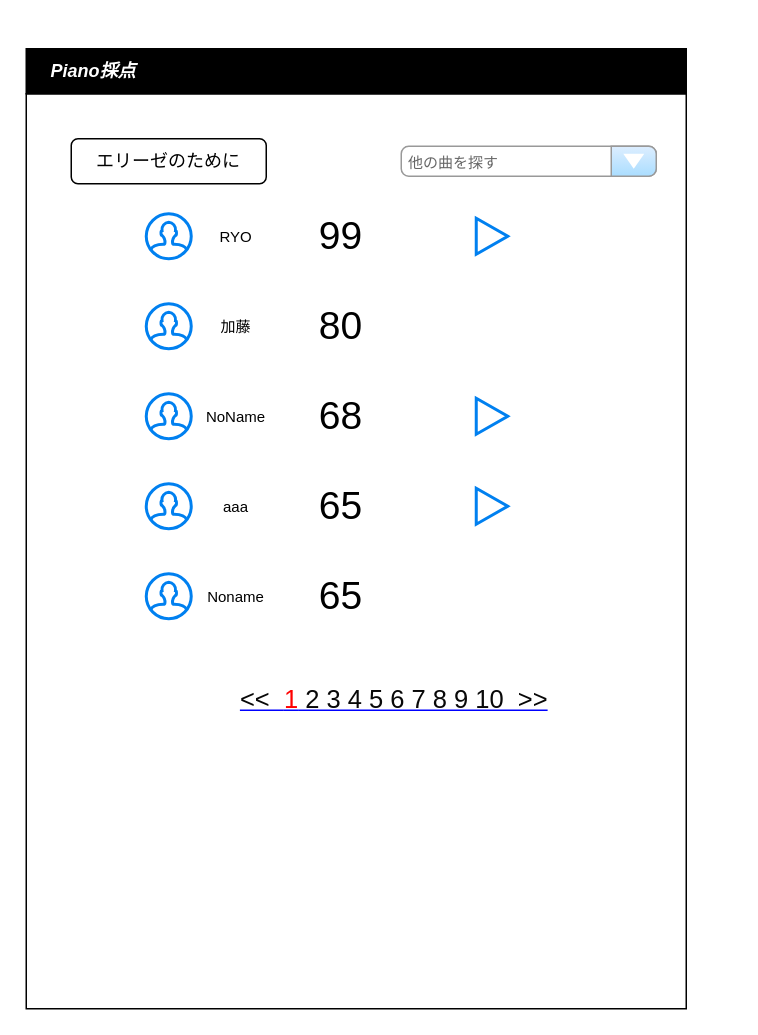
Earlier version of the draw.io diagram page "RANKING" (2 of 4) of ryo/Piano-Skill-Assessment.drawio (smygw72/P-KAI). Source tidied: cells renumbered, new cells numbered last; positions are measured from the earlier drawing's top-left corner, leaving out a move shared by most shapes. Both pictures are drawn from the tidied source at 150%, with x=0, y=0 at pixel (26, 48).
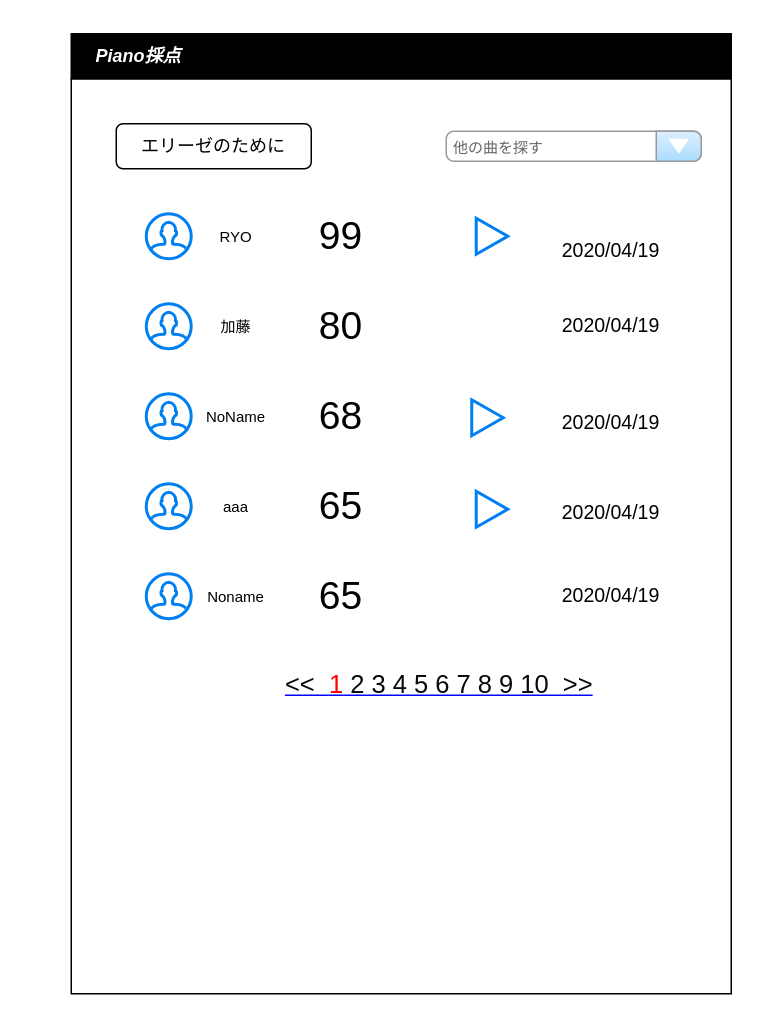
The same page after the edit.

Change to the diagram source:
```diff
@@
     <mxCell id="2" style="rounded=0;whiteSpace=wrap;html=1;" parent="1" vertex="1">
-      <mxGeometry y="30" width="440" height="610" as="geometry" />
+      <mxGeometry x="30" y="20" width="440" height="610" as="geometry" />
     </mxCell>
@@
     <mxCell id="14" style="html=1;verticalLabelPosition=bottom;align=center;labelBackgroundColor=#ffffff;verticalAlign=top;strokeWidth=2;strokeColor=#0080F0;shadow=0;dashed=0;shape=mxgraph.ios7.icons.play;fontSize=26;fontColor=none;fillColor=none;" parent="1" vertex="1">
-      <mxGeometry x="300" y="233" width="21" height="24" as="geometry" />
+      <mxGeometry x="297" y="234" width="21" height="24" as="geometry" />
     </mxCell>
@@
     <mxCell id="18" style="html=1;verticalLabelPosition=bottom;align=center;labelBackgroundColor=#ffffff;verticalAlign=top;strokeWidth=2;strokeColor=#0080F0;shadow=0;dashed=0;shape=mxgraph.ios7.icons.play;fontSize=26;fontColor=none;fillColor=none;" parent="1" vertex="1">
-      <mxGeometry x="300" y="293" width="21" height="24" as="geometry" />
+      <mxGeometry x="300" y="295" width="21" height="24" as="geometry" />
     </mxCell>
@@
     <mxCell id="22" value="エリーゼのために" style="rounded=1;whiteSpace=wrap;html=1;labelBackgroundColor=none;fillColor=none;" parent="1" vertex="1">
-      <mxGeometry x="30" y="60" width="130" height="30" as="geometry" />
+      <mxGeometry x="60" y="50" width="130" height="30" as="geometry" />
     </mxCell>
     <mxCell id="23" style="rounded=0;whiteSpace=wrap;html=1;fillColor=#000000;" parent="1" vertex="1">
-      <mxGeometry width="440" height="30" as="geometry" />
+      <mxGeometry x="30" y="-10" width="440" height="30" as="geometry" />
     </mxCell>
     <mxCell id="24" value="&lt;font color=&quot;#080808&quot;&gt;&amp;lt;&amp;lt;&amp;nbsp; &lt;/font&gt;&lt;font color=&quot;#ff0000&quot;&gt;1&lt;/font&gt;&lt;font color=&quot;#080808&quot;&gt; 2 3 4 5 6 7 8 9 10&amp;nbsp; &amp;gt;&amp;gt;&lt;/font&gt;" style="strokeWidth=1;shadow=0;dashed=0;align=center;html=1;shape=mxgraph.mockup.navigation.pagination;linkText=;fontSize=17;fontColor=#0000ff;fontStyle=4;labelBackgroundColor=none;fillColor=#ffffff;" parent="1" vertex="1">
-      <mxGeometry x="70" y="420" width="350" height="30" as="geometry" />
+      <mxGeometry x="100" y="410" width="350" height="30" as="geometry" />
     </mxCell>
     <mxCell id="25" value="&lt;font style=&quot;font-size: 10px&quot;&gt;他の曲を探す&lt;/font&gt;" style="strokeWidth=1;shadow=0;dashed=0;align=left;html=1;shape=mxgraph.mockup.forms.comboBox;strokeColor=#999999;fillColor=#ddeeff;align=left;fillColor2=#aaddff;mainText=;fontColor=#666666;fontSize=17;spacingLeft=3;labelBackgroundColor=none;" parent="1" vertex="1">
-      <mxGeometry x="250" y="65" width="170" height="20" as="geometry" />
+      <mxGeometry x="280" y="55" width="170" height="20" as="geometry" />
     </mxCell>
     <mxCell id="26" value="&lt;font style=&quot;font-size: 12px&quot; color=&quot;#ffffff&quot;&gt;Piano採点&lt;/font&gt;" style="text;html=1;strokeColor=none;fillColor=none;align=center;verticalAlign=middle;whiteSpace=wrap;rounded=0;labelBackgroundColor=none;fontSize=26;fontColor=#000000;fontStyle=3;" parent="1" vertex="1">
-      <mxGeometry x="10" width="70" height="20" as="geometry" />
+      <mxGeometry x="40" y="-10" width="70" height="20" as="geometry" />
     </mxCell>
+    <mxCell id="27" value="&lt;font style=&quot;font-size: 13px&quot;&gt;2020/04/19&lt;/font&gt;" style="text;html=1;strokeColor=none;fillColor=none;align=center;verticalAlign=middle;whiteSpace=wrap;rounded=0;labelBackgroundColor=none;fontSize=26;fontColor=#000000;" parent="1" vertex="1">
+      <mxGeometry x="370" y="120" width="40" height="20" as="geometry" />
+    </mxCell>
+    <mxCell id="28" value="&lt;font style=&quot;font-size: 13px&quot;&gt;2020/04/19&lt;/font&gt;" style="text;html=1;strokeColor=none;fillColor=none;align=center;verticalAlign=middle;whiteSpace=wrap;rounded=0;labelBackgroundColor=none;fontSize=26;fontColor=#000000;" parent="1" vertex="1">
+      <mxGeometry x="370" y="170" width="40" height="20" as="geometry" />
+    </mxCell>
+    <mxCell id="29" value="&lt;font style=&quot;font-size: 13px&quot;&gt;2020/04/19&lt;/font&gt;" style="text;html=1;strokeColor=none;fillColor=none;align=center;verticalAlign=middle;whiteSpace=wrap;rounded=0;labelBackgroundColor=none;fontSize=26;fontColor=#000000;" parent="1" vertex="1">
+      <mxGeometry x="370" y="235" width="40" height="20" as="geometry" />
+    </mxCell>
+    <mxCell id="30" value="&lt;font style=&quot;font-size: 13px&quot;&gt;2020/04/19&lt;/font&gt;" style="text;html=1;strokeColor=none;fillColor=none;align=center;verticalAlign=middle;whiteSpace=wrap;rounded=0;labelBackgroundColor=none;fontSize=26;fontColor=#000000;" parent="1" vertex="1">
+      <mxGeometry x="370" y="295" width="40" height="20" as="geometry" />
+    </mxCell>
+    <mxCell id="31" value="&lt;font style=&quot;font-size: 13px&quot;&gt;2020/04/19&lt;/font&gt;" style="text;html=1;strokeColor=none;fillColor=none;align=center;verticalAlign=middle;whiteSpace=wrap;rounded=0;labelBackgroundColor=none;fontSize=26;fontColor=#000000;" parent="1" vertex="1">
+      <mxGeometry x="370" y="350" width="40" height="20" as="geometry" />
+    </mxCell>
```
